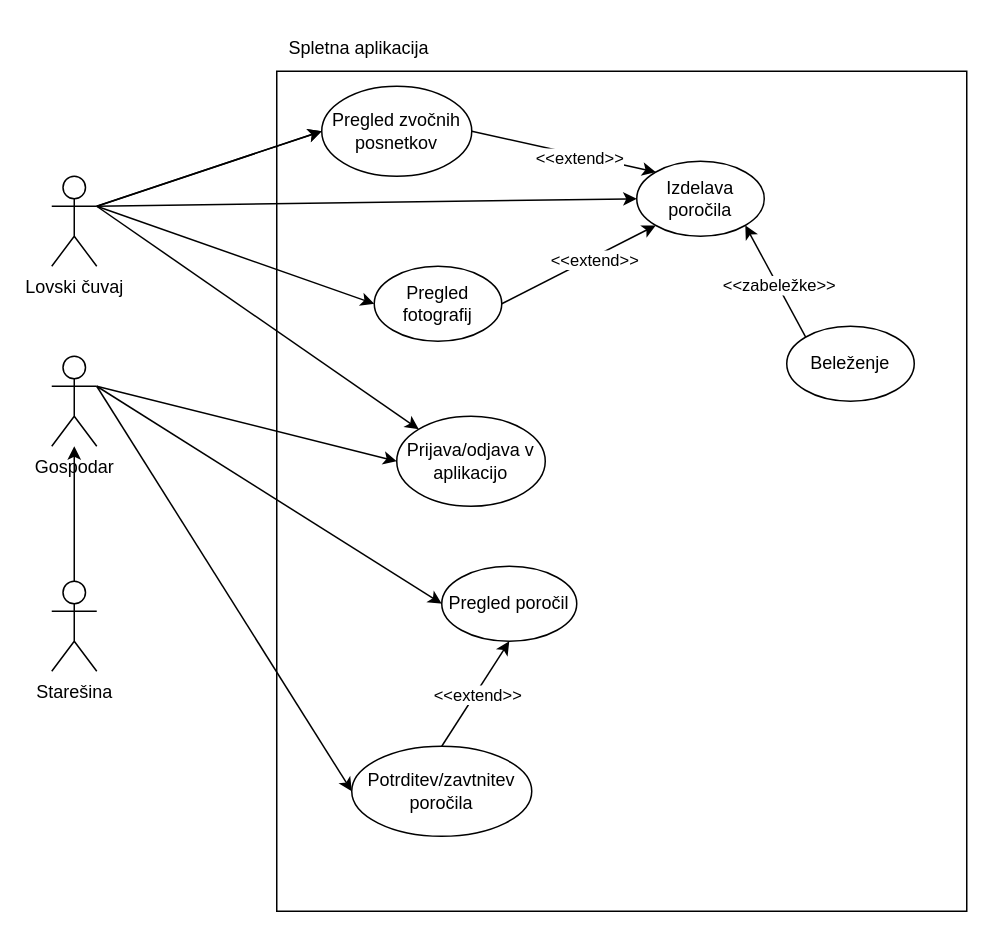
Above: Lovski cuvaj-Spletna aplikacija.drawio in ErnestISv/Lovstvo (draw.io), before the change. Source tidied: cells renumbered, new cells numbered last; positions are measured from the earlier drawing's top-left corner, leaving out a move shared by most shapes. Both pictures are drawn from the tidied source at 150%, with x=0, y=0 at pixel (51, 26).
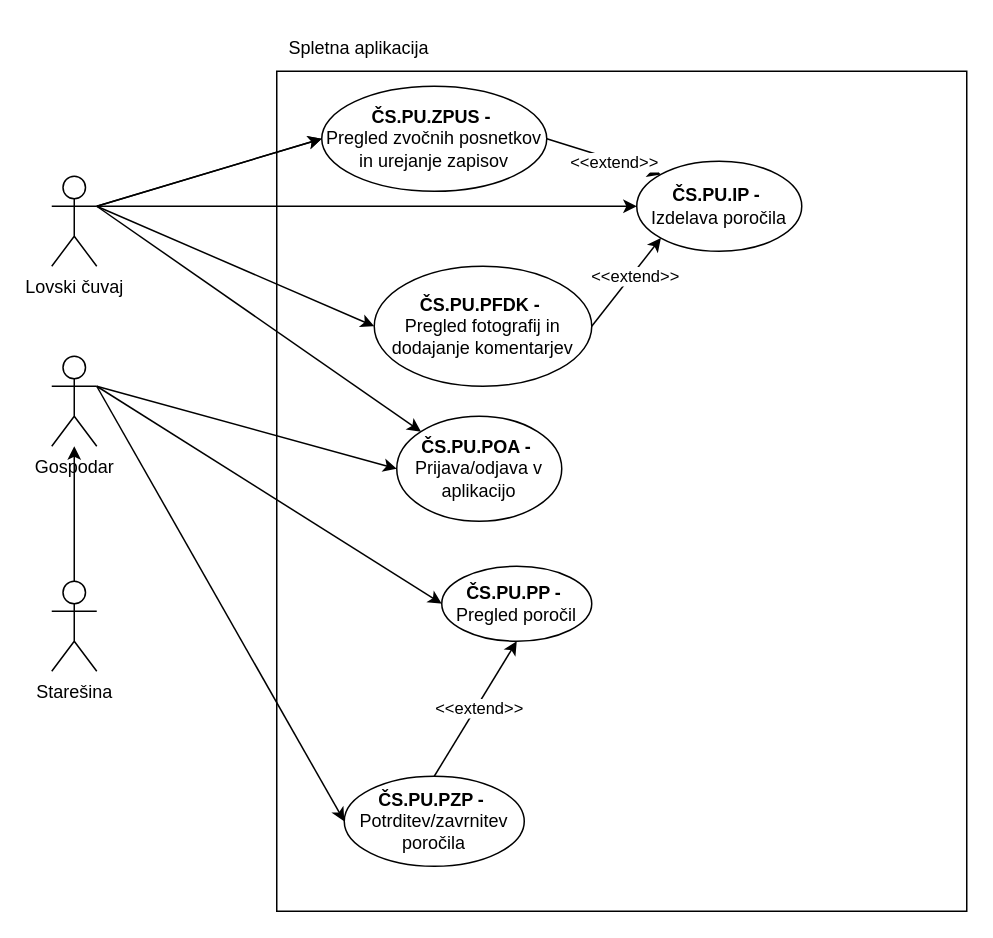
Above is the later version.

Diff of the diagram source:
```diff
@@
-    <mxCell id="6" value="Izdelava poročila" style="ellipse;whiteSpace=wrap;html=1;" parent="1" vertex="1">
-      <mxGeometry x="390" y="90" width="85" height="50" as="geometry" />
+    <mxCell id="6" value="&lt;div&gt;&lt;b&gt;ČS.PU.IP -&amp;nbsp;&lt;/b&gt;&lt;/div&gt;Izdelava poročila" style="ellipse;whiteSpace=wrap;html=1;" parent="1" vertex="1">
+      <mxGeometry x="390" y="90" width="110" height="60" as="geometry" />
     </mxCell>
@@
-    <mxCell id="8" value="Pregled poročil" style="ellipse;whiteSpace=wrap;html=1;" parent="1" vertex="1">
-      <mxGeometry x="260" y="360" width="90" height="50" as="geometry" />
+    <mxCell id="8" value="&lt;div&gt;&lt;b&gt;ČS.PU.PP -&amp;nbsp;&lt;/b&gt;&lt;/div&gt;Pregled poročil" style="ellipse;whiteSpace=wrap;html=1;" parent="1" vertex="1">
+      <mxGeometry x="260" y="360" width="100" height="50" as="geometry" />
     </mxCell>
@@
-    <mxCell id="10" value="Potrditev/zavtnitev poročila" style="ellipse;whiteSpace=wrap;html=1;" parent="1" vertex="1">
-      <mxGeometry x="200" y="480" width="120" height="60" as="geometry" />
+    <mxCell id="10" value="&lt;div&gt;&lt;b&gt;ČS.PU.PZP -&amp;nbsp;&lt;/b&gt;&lt;/div&gt;Potrditev/zavrnitev poročila" style="ellipse;whiteSpace=wrap;html=1;" parent="1" vertex="1">
+      <mxGeometry x="195" y="500" width="120" height="60" as="geometry" />
     </mxCell>
@@
-    <mxCell id="14" value="Prijava/odjava v aplikacijo" style="ellipse;whiteSpace=wrap;html=1;" parent="1" vertex="1">
-      <mxGeometry x="230" y="260" width="99" height="60" as="geometry" />
+    <mxCell id="14" value="&lt;div&gt;&lt;b&gt;ČS.PU.POA -&amp;nbsp;&lt;/b&gt;&lt;/div&gt;Prijava/odjava v aplikacijo" style="ellipse;whiteSpace=wrap;html=1;" parent="1" vertex="1">
+      <mxGeometry x="230" y="260" width="110" height="70" as="geometry" />
     </mxCell>
@@
-    <mxCell id="16" value="Pregled fotografij" style="ellipse;whiteSpace=wrap;html=1;" parent="1" vertex="1">
-      <mxGeometry x="215" y="160" width="85" height="50" as="geometry" />
+    <mxCell id="16" value="&lt;div&gt;&lt;b&gt;ČS.PU.PFDK -&amp;nbsp;&lt;/b&gt;&lt;/div&gt;Pregled fotografij in dodajanje komentarjev" style="ellipse;whiteSpace=wrap;html=1;" parent="1" vertex="1">
+      <mxGeometry x="215" y="160" width="145" height="80" as="geometry" />
     </mxCell>
@@
-    <mxCell id="19" value="Beleženje" style="ellipse;whiteSpace=wrap;html=1;" parent="1" vertex="1">
-      <mxGeometry x="490" y="200" width="85" height="50" as="geometry" />
-    </mxCell>
@@
-    <mxCell id="21" value="Pregled zvočnih posnetkov" style="ellipse;whiteSpace=wrap;html=1;" parent="1" vertex="1">
-      <mxGeometry x="180" y="40" width="100" height="60" as="geometry" />
+    <mxCell id="21" value="&lt;div&gt;&lt;b&gt;ČS.PU.ZPUS -&amp;nbsp;&lt;/b&gt;&lt;/div&gt;Pregled zvočnih posnetkov in urejanje zapisov" style="ellipse;whiteSpace=wrap;html=1;" parent="1" vertex="1">
+      <mxGeometry x="180" y="40" width="150" height="70" as="geometry" />
     </mxCell>
@@
-    <mxCell id="29" style="endArrow=classic;html=1;rounded=0;exitX=0;exitY=0;exitDx=0;exitDy=0;entryX=1;entryY=1;entryDx=0;entryDy=0;" parent="1" edge="1" source="19" target="6">
-      <mxGeometry relative="1" as="geometry" />
-    </mxCell>
-    <mxCell id="30" value="&amp;lt;&amp;lt;zabeležke&amp;gt;&amp;gt;" style="edgeLabel;html=1;align=center;verticalAlign=middle;" parent="29" vertex="1">
-      <mxGeometry x="-0.09" y="-1" relative="1" as="geometry" />
-    </mxCell>
```
